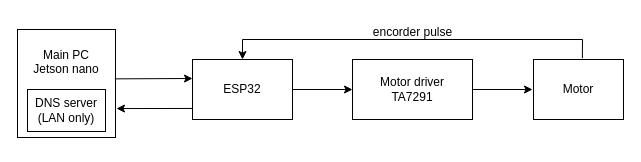
ariyama0503/root-anchor keeps this draw.io diagram as root-anchor.drawio. Above is the earlier version. Source tidied: cells renumbered, new cells numbered last; positions are measured from the earlier drawing's top-left corner, leaving out a move shared by most shapes. Both pictures are drawn from the tidied source at 100%, with x=0, y=0 at pixel (17, 17).
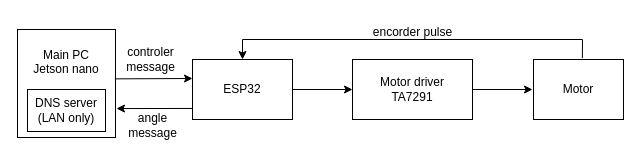
The same diagram, later.

Commit message (it also covers changes not shown here):
root-anchor.drawio を更新します

Diff of the diagram source:
```diff
@@
+    <mxCell id="15" value="controler&lt;br&gt;message" style="text;html=1;align=center;verticalAlign=middle;strokeColor=none;fillColor=none;" parent="1" vertex="1">
+      <mxGeometry x="98" y="22" width="70" height="40" as="geometry" />
+    </mxCell>
+    <mxCell id="16" value="angle&lt;br&gt;message&lt;br&gt;" style="text;html=1;align=center;verticalAlign=middle;strokeColor=none;fillColor=none;" parent="1" vertex="1">
+      <mxGeometry x="100" y="88" width="70" height="40" as="geometry" />
+    </mxCell>
```
